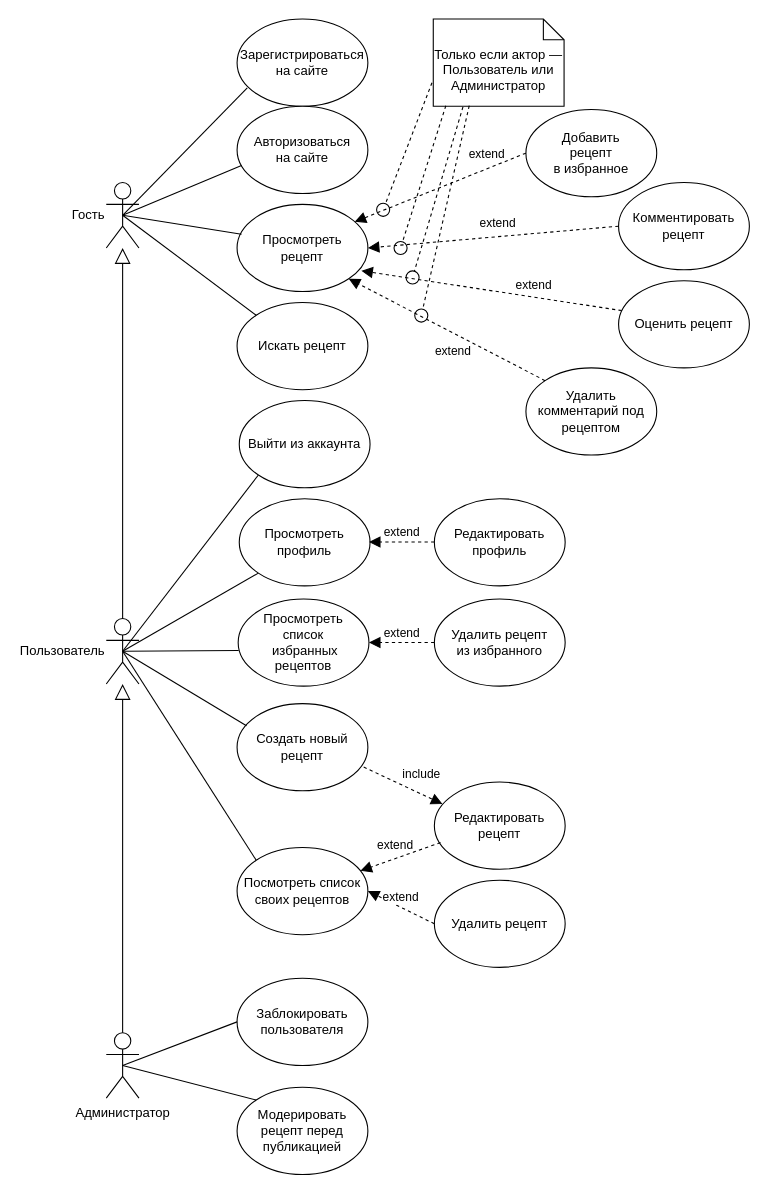
This is docs/Use-cases diagram/Use-cases diagram — Web Gastronomy.drawio from BullDigga/web-gastronomy, a draw.io file, before an edit. Source tidied: cells renumbered, new cells numbered last; positions are measured from the earlier drawing's top-left corner, leaving out a move shared by most shapes. Both pictures are drawn from the tidied source at 109%, with x=0, y=0 at pixel (106, 19).
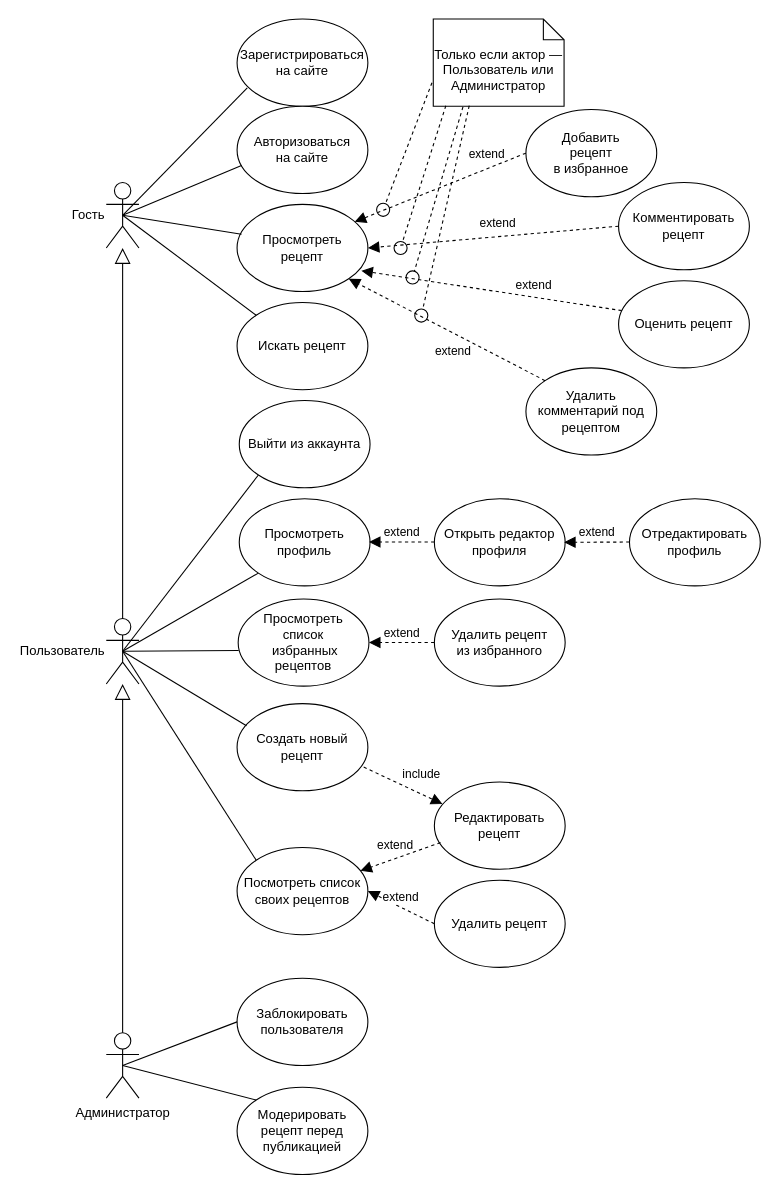
The same page after the edit.

Commit message (it also covers changes not shown here):
Добавлен use-case «Отредактировать профиль» и изменён use-case «Редактировать профиль» на «Открыть редактор профиля» в use-cases диаграмме

Change to the diagram source:
```diff
@@
-    <mxCell id="42" value="Редактировать профиль" style="ellipse;whiteSpace=wrap;html=1;" parent="1" vertex="1">
+    <mxCell id="42" value="Открыть редактор профиля" style="ellipse;whiteSpace=wrap;html=1;" parent="1" vertex="1">
       <mxGeometry x="301" y="440" width="120" height="80" as="geometry" />
     </mxCell>
@@
+    <mxCell id="51" value="Отредактировать профиль" style="ellipse;whiteSpace=wrap;html=1;" parent="1" vertex="1">
+      <mxGeometry x="480" y="440" width="120" height="80" as="geometry" />
+    </mxCell>
+    <mxCell id="52" value="extend" style="html=1;verticalAlign=bottom;endArrow=block;dashed=1;endSize=8;curved=0;rounded=0;endFill=1;exitX=0;exitY=0.5;exitDx=0;exitDy=0;" parent="1" edge="1">
+      <mxGeometry relative="1" as="geometry">
+        <mxPoint x="480" y="479.8" as="sourcePoint" />
+        <mxPoint x="420" y="480" as="targetPoint" />
+      </mxGeometry>
+    </mxCell>
```
